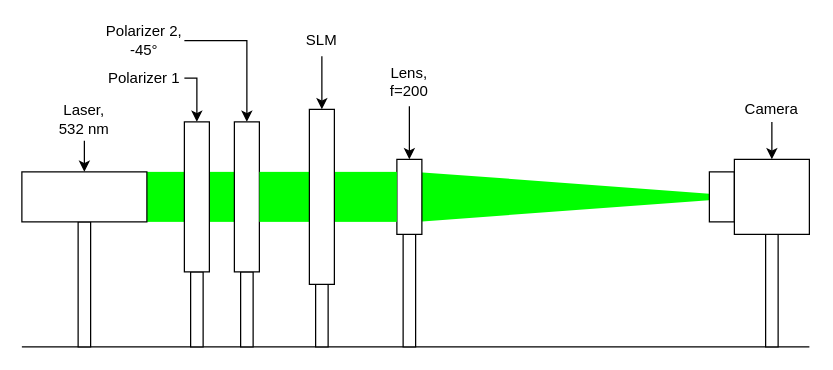
nbaehler/mask-designer keeps this draw.io diagram as documentation/images/setup_4.drawio. Above is the earlier version. Source tidied: cells renumbered, new cells numbered last; positions are measured from the earlier drawing's top-left corner, leaving out a move shared by most shapes. Both pictures are drawn from the tidied source at 125%, with x=0, y=0 at pixel (21, 21).
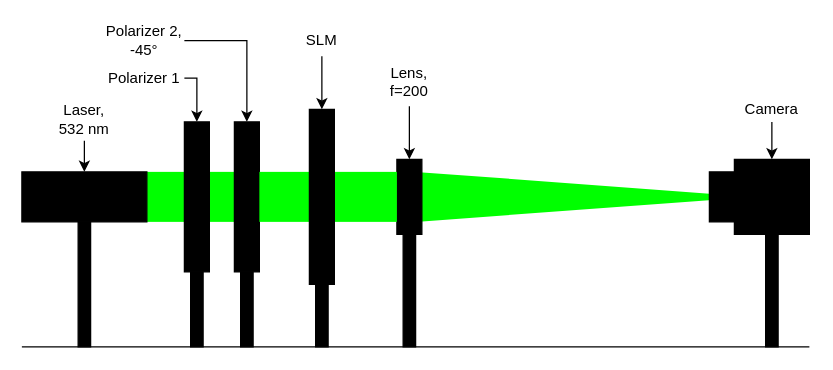
The same page after the edit.

The change refers to these unchanged cells:
```xml
<mxCell id="11" value="&lt;div&gt;Lens,&lt;/div&gt;&lt;div&gt;f=200&lt;br&gt;&lt;/div&gt;" style="text;html=1;strokeColor=none;fillColor=none;align=center;verticalAlign=middle;whiteSpace=wrap;rounded=0;" parent="1" vertex="1">
  <mxGeometry x="280" y="27.5" width="60" height="40" as="geometry" />
</mxCell>
```

The edit, as a diff of the source:
```diff
@@
-    <mxCell id="2" style="triangle;whiteSpace=wrap;html=1;fillColor=#00FF00;strokeColor=none;" parent="1" vertex="1">
+    <mxCell id="2" style="triangle;whiteSpace=wrap;html=1;fillColor=#00FF00;strokeColor=none;rounded=0;" parent="1" vertex="1">
       <mxGeometry x="315" y="120" width="270" height="40" as="geometry" />
     </mxCell>
@@
-    <mxCell id="5" style="rounded=0;whiteSpace=wrap;html=1;fillColor=default;" parent="1" vertex="1">
+    <mxCell id="5" style="rounded=0;whiteSpace=wrap;html=1;fillColor=#000000;" parent="1" vertex="1">
       <mxGeometry x="45" y="160" width="10" height="100" as="geometry" />
     </mxCell>
-    <mxCell id="6" style="rounded=0;whiteSpace=wrap;html=1;fillColor=default;" parent="1" vertex="1">
+    <mxCell id="6" style="rounded=0;whiteSpace=wrap;html=1;fillColor=#000000;" parent="1" vertex="1">
       <mxGeometry x="595" y="170" width="10" height="90" as="geometry" />
     </mxCell>
-    <mxCell id="7" style="rounded=0;whiteSpace=wrap;html=1;fillColor=default;" parent="1" vertex="1">
+    <mxCell id="7" style="rounded=0;whiteSpace=wrap;html=1;fillColor=#000000;" parent="1" vertex="1">
       <mxGeometry x="305" y="170" width="10" height="90" as="geometry" />
     </mxCell>
@@
-    <mxCell id="10" style="edgeStyle=none;html=1;" parent="1" edge="1" source="11" target="12">
+    <mxCell id="10" style="edgeStyle=none;html=1;rounded=0;" parent="1" edge="1" source="11" target="12">
       <mxGeometry relative="1" as="geometry" />
     </mxCell>
@@
-    <mxCell id="12" style="rounded=0;whiteSpace=wrap;html=1;fillColor=default;" parent="1" vertex="1">
+    <mxCell id="12" style="rounded=0;whiteSpace=wrap;html=1;fillColor=#000000;" parent="1" vertex="1">
       <mxGeometry x="300" y="110" width="20" height="60" as="geometry" />
     </mxCell>
-    <mxCell id="13" style="rounded=0;whiteSpace=wrap;html=1;fillColor=default;" parent="1" vertex="1">
+    <mxCell id="13" style="rounded=0;whiteSpace=wrap;html=1;fillColor=#000000;" parent="1" vertex="1">
       <mxGeometry x="550" y="120" width="20" height="40" as="geometry" />
     </mxCell>
-    <mxCell id="14" style="rounded=0;whiteSpace=wrap;html=1;fillColor=default;" parent="1" vertex="1">
+    <mxCell id="14" style="rounded=0;whiteSpace=wrap;html=1;fillColor=#000000;" parent="1" vertex="1">
       <mxGeometry x="570" y="110" width="60" height="60" as="geometry" />
     </mxCell>
-    <mxCell id="15" style="rounded=0;whiteSpace=wrap;html=1;fillColor=default;" parent="1" vertex="1">
+    <mxCell id="15" style="rounded=0;whiteSpace=wrap;html=1;fillColor=#000000;" parent="1" vertex="1">
       <mxGeometry y="120" width="100" height="40" as="geometry" />
     </mxCell>
@@
-    <mxCell id="19" style="rounded=0;whiteSpace=wrap;html=1;fillColor=default;" parent="1" vertex="1">
+    <mxCell id="19" style="rounded=0;whiteSpace=wrap;html=1;fillColor=#000000;" parent="1" vertex="1">
       <mxGeometry x="135" y="200" width="10" height="60" as="geometry" />
     </mxCell>
-    <mxCell id="20" style="rounded=0;whiteSpace=wrap;html=1;fillColor=default;" parent="1" vertex="1">
+    <mxCell id="20" style="rounded=0;whiteSpace=wrap;html=1;fillColor=#000000;" parent="1" vertex="1">
       <mxGeometry x="175" y="200" width="10" height="60" as="geometry" />
     </mxCell>
@@
-    <mxCell id="25" style="rounded=0;whiteSpace=wrap;html=1;fillColor=default;" parent="1" vertex="1">
+    <mxCell id="25" style="rounded=0;whiteSpace=wrap;html=1;fillColor=#000000;" parent="1" vertex="1">
       <mxGeometry x="130" y="80" width="20" height="120" as="geometry" />
     </mxCell>
-    <mxCell id="26" style="rounded=0;whiteSpace=wrap;html=1;fillColor=default;" parent="1" vertex="1">
+    <mxCell id="26" style="rounded=0;whiteSpace=wrap;html=1;fillColor=#000000;" parent="1" vertex="1">
       <mxGeometry x="170" y="80" width="20" height="120" as="geometry" />
     </mxCell>
@@
-    <mxCell id="28" style="rounded=0;whiteSpace=wrap;html=1;fillColor=default;" parent="1" vertex="1">
+    <mxCell id="28" style="rounded=0;whiteSpace=wrap;html=1;fillColor=#000000;" parent="1" vertex="1">
       <mxGeometry x="235" y="210" width="10" height="50" as="geometry" />
     </mxCell>
@@
-    <mxCell id="32" style="rounded=0;whiteSpace=wrap;html=1;fillColor=default;" parent="1" vertex="1">
+    <mxCell id="32" style="rounded=0;whiteSpace=wrap;html=1;fillColor=#000000;" parent="1" vertex="1">
       <mxGeometry x="230" y="70" width="20" height="140" as="geometry" />
     </mxCell>
```
